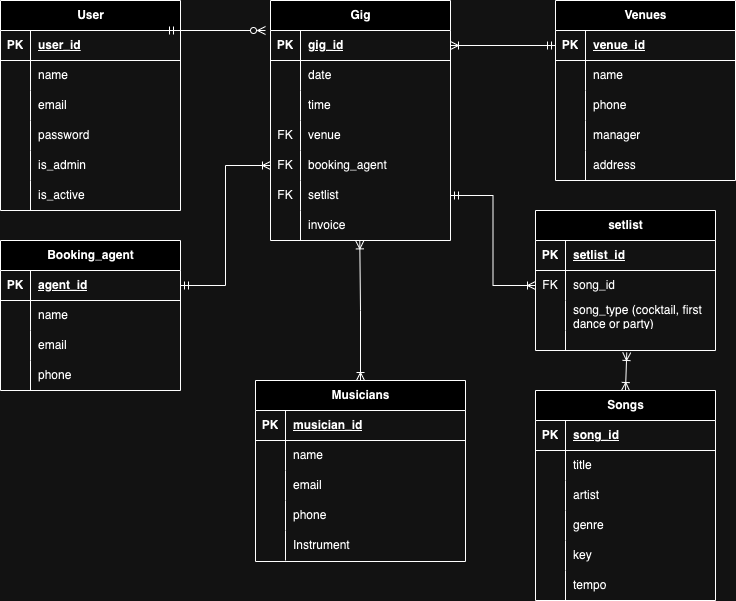
Earlier version of the draw.io export docs/erd.png (reecewdoyle/ReeceDoyle_T2A2). Source tidied: cells renumbered, new cells last; positions are measured from the earlier drawing's top-left corner, leaving out a move shared by most shapes.
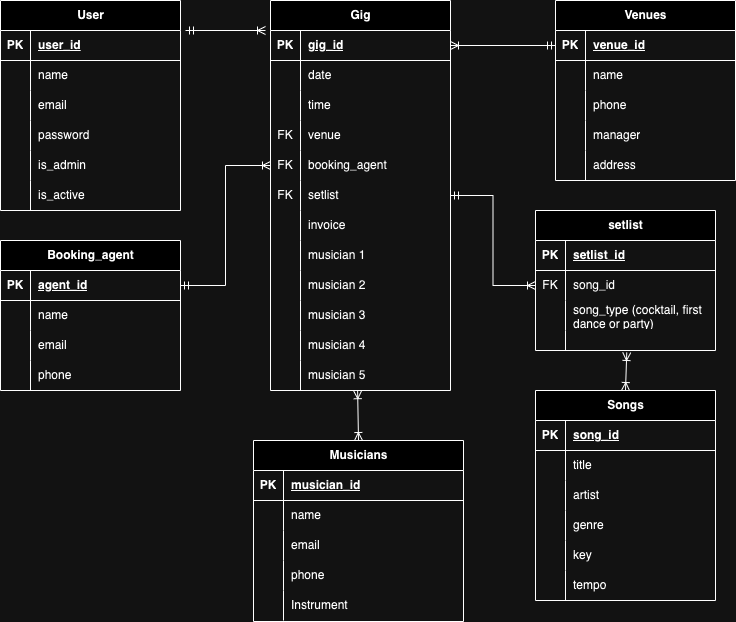
The same diagram one commit later.

Change to the diagram source:
```diff
@@ -3,7 +3,7 @@
     <mxCell id="0" />
     <mxCell id="1" parent="0" />
     <mxCell id="2" value="Musicians" style="shape=table;startSize=30;rowLines=0;fontStyle=1;align=center;html=1;" parent="1" vertex="1">
-      <mxGeometry x="255" y="380" width="210" height="181" as="geometry" />
+      <mxGeometry x="253" y="440" width="210" height="181" as="geometry" />
     </mxCell>
     <mxCell id="3" style="shape=tableRow;horizontal=0;startSize=0;swimlaneHead=0;swimlaneBody=0;fillColor=none;top=0;left=0;right=0;bottom=1;" parent="2" vertex="1">
       <mxGeometry y="30" width="210" height="30" as="geometry" />
@@ -51,7 +51,7 @@
       <mxGeometry x="30" width="180" height="30" as="geometry" />
     </mxCell>
     <mxCell id="18" value="Gig" style="shape=table;startSize=30;rowLines=0;fontStyle=1;align=center;html=1;" parent="1" vertex="1">
-      <mxGeometry x="270" width="180" height="240" as="geometry" />
+      <mxGeometry x="270" width="180" height="390" as="geometry" />
     </mxCell>
     <mxCell id="19" style="shape=tableRow;horizontal=0;startSize=0;swimlaneHead=0;swimlaneBody=0;fillColor=none;points=[[0,0.5],[1,0.5]];portConstraint=eastwest;top=0;left=0;right=0;bottom=1;" parent="18" vertex="1">
       <mxGeometry y="30" width="180" height="30" as="geometry" />
@@ -116,6 +116,51 @@
     <mxCell id="39" value="invoice" style="shape=partialRectangle;fillColor=none;top=0;left=0;bottom=0;right=0;align=left;spacingLeft=6;overflow=hidden;whiteSpace=wrap;html=1;" parent="37" vertex="1">
       <mxGeometry x="30" width="150" height="30" as="geometry" />
     </mxCell>
+    <mxCell id="126" style="shape=tableRow;horizontal=0;startSize=0;swimlaneHead=0;swimlaneBody=0;fillColor=none;top=0;left=0;right=0;bottom=0;" parent="18" vertex="1">
+      <mxGeometry y="240" width="180" height="30" as="geometry" />
+    </mxCell>
+    <mxCell id="127" style="shape=partialRectangle;fillColor=none;top=0;left=0;bottom=0;right=0;overflow=hidden;whiteSpace=wrap;html=1;" parent="126" vertex="1">
+      <mxGeometry width="30" height="30" as="geometry" />
+    </mxCell>
+    <mxCell id="128" value="musician 1" style="shape=partialRectangle;fillColor=none;top=0;left=0;bottom=0;right=0;align=left;spacingLeft=6;overflow=hidden;whiteSpace=wrap;html=1;" parent="126" vertex="1">
+      <mxGeometry x="30" width="150" height="30" as="geometry" />
+    </mxCell>
+    <mxCell id="129" style="shape=tableRow;horizontal=0;startSize=0;swimlaneHead=0;swimlaneBody=0;fillColor=none;top=0;left=0;right=0;bottom=0;" parent="18" vertex="1">
+      <mxGeometry y="270" width="180" height="30" as="geometry" />
+    </mxCell>
+    <mxCell id="130" style="shape=partialRectangle;fillColor=none;top=0;left=0;bottom=0;right=0;overflow=hidden;whiteSpace=wrap;html=1;" parent="129" vertex="1">
+      <mxGeometry width="30" height="30" as="geometry" />
+    </mxCell>
+    <mxCell id="131" value="musician 2" style="shape=partialRectangle;fillColor=none;top=0;left=0;bottom=0;right=0;align=left;spacingLeft=6;overflow=hidden;whiteSpace=wrap;html=1;" parent="129" vertex="1">
+      <mxGeometry x="30" width="150" height="30" as="geometry" />
+    </mxCell>
+    <mxCell id="132" style="shape=tableRow;horizontal=0;startSize=0;swimlaneHead=0;swimlaneBody=0;fillColor=none;top=0;left=0;right=0;bottom=0;" parent="18" vertex="1">
+      <mxGeometry y="300" width="180" height="30" as="geometry" />
+    </mxCell>
+    <mxCell id="133" style="shape=partialRectangle;fillColor=none;top=0;left=0;bottom=0;right=0;overflow=hidden;whiteSpace=wrap;html=1;" parent="132" vertex="1">
+      <mxGeometry width="30" height="30" as="geometry" />
+    </mxCell>
+    <mxCell id="134" value="musician 3" style="shape=partialRectangle;fillColor=none;top=0;left=0;bottom=0;right=0;align=left;spacingLeft=6;overflow=hidden;whiteSpace=wrap;html=1;" parent="132" vertex="1">
+      <mxGeometry x="30" width="150" height="30" as="geometry" />
+    </mxCell>
+    <mxCell id="135" style="shape=tableRow;horizontal=0;startSize=0;swimlaneHead=0;swimlaneBody=0;fillColor=none;top=0;left=0;right=0;bottom=0;" parent="18" vertex="1">
+      <mxGeometry y="330" width="180" height="30" as="geometry" />
+    </mxCell>
+    <mxCell id="136" style="shape=partialRectangle;fillColor=none;top=0;left=0;bottom=0;right=0;overflow=hidden;whiteSpace=wrap;html=1;" parent="135" vertex="1">
+      <mxGeometry width="30" height="30" as="geometry" />
+    </mxCell>
+    <mxCell id="137" value="musician 4" style="shape=partialRectangle;fillColor=none;top=0;left=0;bottom=0;right=0;align=left;spacingLeft=6;overflow=hidden;whiteSpace=wrap;html=1;" parent="135" vertex="1">
+      <mxGeometry x="30" width="150" height="30" as="geometry" />
+    </mxCell>
+    <mxCell id="138" style="shape=tableRow;horizontal=0;startSize=0;swimlaneHead=0;swimlaneBody=0;fillColor=none;points=[[0,0.5],[1,0.5]];portConstraint=eastwest;top=0;left=0;right=0;bottom=0;" parent="18" vertex="1">
+      <mxGeometry y="360" width="180" height="30" as="geometry" />
+    </mxCell>
+    <mxCell id="139" style="shape=partialRectangle;fillColor=none;top=0;left=0;bottom=0;right=0;overflow=hidden;whiteSpace=wrap;html=1;" parent="138" vertex="1">
+      <mxGeometry width="30" height="30" as="geometry" />
+    </mxCell>
+    <mxCell id="140" value="musician 5" style="shape=partialRectangle;fillColor=none;top=0;left=0;bottom=0;right=0;align=left;spacingLeft=6;overflow=hidden;whiteSpace=wrap;html=1;" parent="138" vertex="1">
+      <mxGeometry x="30" width="150" height="30" as="geometry" />
+    </mxCell>
     <mxCell id="40" value="Venues" style="shape=table;startSize=30;rowLines=0;fontStyle=1;align=center;html=1;" parent="1" vertex="1">
       <mxGeometry x="555" width="180" height="180" as="geometry" />
     </mxCell>
@@ -299,7 +344,7 @@
     <mxCell id="100" value="phone" style="shape=partialRectangle;fillColor=none;top=0;left=0;bottom=0;right=0;align=left;spacingLeft=6;overflow=hidden;whiteSpace=wrap;html=1;" parent="98" vertex="1">
       <mxGeometry x="30" width="150" height="30" as="geometry" />
     </mxCell>
-    <mxCell id="101" style="edgeStyle=orthogonalEdgeStyle;fontSize=12;html=1;endArrow=ERoneToMany;startArrow=ERoneToMany;rounded=0;exitX=0.5;exitY=0;exitDx=0;exitDy=0;entryX=0.496;entryY=1.013;entryDx=0;entryDy=0;entryPerimeter=0;" parent="1" edge="1" source="2" target="37">
+    <mxCell id="101" style="fontSize=12;html=1;endArrow=ERoneToMany;startArrow=ERoneToMany;rounded=0;exitX=0.5;exitY=0;exitDx=0;exitDy=0;entryX=0.484;entryY=1.007;entryDx=0;entryDy=0;entryPerimeter=0;" parent="1" edge="1" source="2" target="138">
       <mxGeometry relative="1" as="geometry" />
     </mxCell>
     <mxCell id="102" style="edgeStyle=orthogonalEdgeStyle;fontSize=12;html=1;endArrow=ERoneToMany;startArrow=ERmandOne;rounded=0;exitX=1;exitY=0.5;exitDx=0;exitDy=0;endFill=0;" parent="1" edge="1" source="89" target="31">
@@ -371,10 +416,10 @@
     <mxCell id="124" value="is_active" style="shape=partialRectangle;fillColor=none;top=0;left=0;bottom=0;right=0;align=left;spacingLeft=6;overflow=hidden;whiteSpace=wrap;html=1;" parent="122" vertex="1">
       <mxGeometry x="30" width="150" height="30" as="geometry" />
     </mxCell>
-    <mxCell id="125" style="fontSize=12;html=1;endArrow=ERmandOne;endFill=0;rounded=0;elbow=vertical;startArrow=ERzeroToMany;startFill=0;" parent="1" edge="1">
+    <mxCell id="125" style="fontSize=12;html=1;endArrow=ERmandOne;endFill=0;rounded=0;elbow=vertical;startArrow=ERoneToMany;startFill=0;" parent="1" edge="1">
       <mxGeometry relative="1" as="geometry">
         <mxPoint x="265" y="30" as="sourcePoint" />
-        <mxPoint x="165" y="30" as="targetPoint" />
+        <mxPoint x="185" y="30" as="targetPoint" />
       </mxGeometry>
     </mxCell>
   </root>
```
